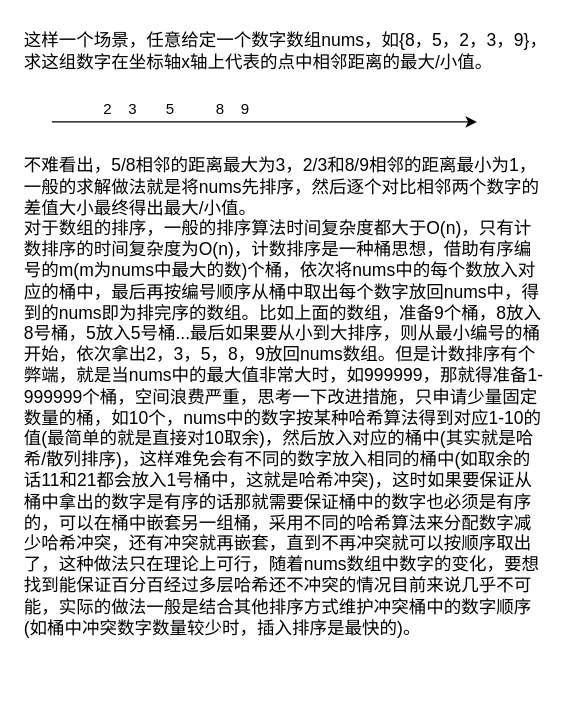
Above: 有序数列相邻元素最大/小差值.drawio in a7956232/drawIOFiles (draw.io), before the change. Source tidied: cells renumbered, new cells numbered last; positions are measured from the earlier drawing's top-left corner, leaving out a move shared by most shapes. Both pictures are drawn from the tidied source at 125%, with x=0, y=0 at pixel (21, 21).
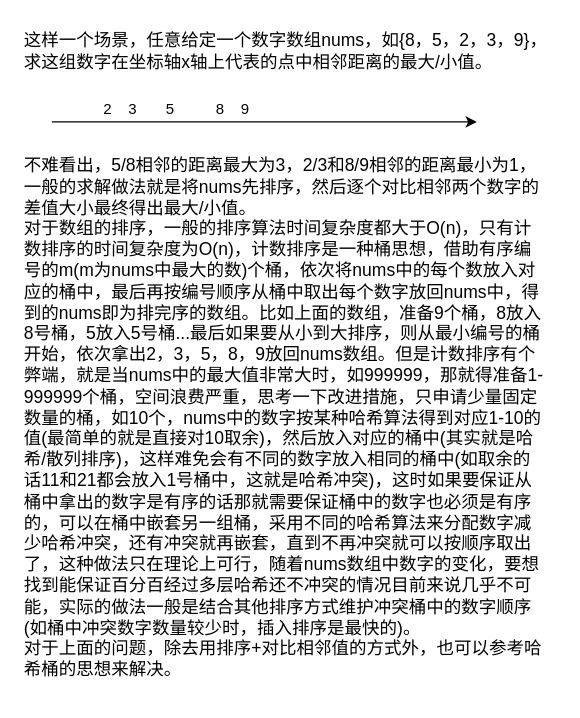
The same page after the edit.

Commit message (it also covers changes not shown here):
更新有序数列相邻元素最大/小差值.drawio

Change to the diagram source:
```diff
@@
 <mxGraphModel>
   <root>
     <mxCell id="0" />
     <mxCell id="1" parent="0" />
     <mxCell id="2" value="这样一个场景，任意给定一个数字数组nums，如{8，5，2，3，9}，求这组数字在坐标轴x轴上代表的点中相邻距离的最大/小值。" style="text;html=1;strokeColor=none;fillColor=none;align=left;verticalAlign=top;whiteSpace=wrap;rounded=0;fontSize=14;" parent="1" vertex="1">
       <mxGeometry width="430" height="50" as="geometry" />
     </mxCell>
     <mxCell id="3" style="endArrow=classic;html=1;rounded=0;" parent="1" edge="1">
       <mxGeometry relative="1" as="geometry">
         <mxPoint x="24" y="80" as="sourcePoint" />
         <mxPoint x="364" y="80" as="targetPoint" />
       </mxGeometry>
     </mxCell>
     <mxCell id="4" value="2" style="text;html=1;strokeColor=none;fillColor=none;align=center;verticalAlign=middle;whiteSpace=wrap;rounded=0;" parent="1" vertex="1">
       <mxGeometry x="64" y="60" width="10" height="20" as="geometry" />
     </mxCell>
     <mxCell id="5" value="3" style="text;html=1;strokeColor=none;fillColor=none;align=center;verticalAlign=middle;whiteSpace=wrap;rounded=0;" parent="1" vertex="1">
       <mxGeometry x="84" y="60" width="10" height="20" as="geometry" />
     </mxCell>
     <mxCell id="6" value="5" style="text;html=1;strokeColor=none;fillColor=none;align=center;verticalAlign=middle;whiteSpace=wrap;rounded=0;" parent="1" vertex="1">
       <mxGeometry x="114" y="60" width="10" height="20" as="geometry" />
     </mxCell>
     <mxCell id="7" value="8" style="text;html=1;strokeColor=none;fillColor=none;align=center;verticalAlign=middle;whiteSpace=wrap;rounded=0;" parent="1" vertex="1">
       <mxGeometry x="154" y="60" width="10" height="20" as="geometry" />
     </mxCell>
     <mxCell id="8" value="9" style="text;html=1;strokeColor=none;fillColor=none;align=center;verticalAlign=middle;whiteSpace=wrap;rounded=0;" parent="1" vertex="1">
       <mxGeometry x="174" y="60" width="10" height="20" as="geometry" />
     </mxCell>
-    <mxCell id="9" value="不难看出，5/8相邻的距离最大为3，2/3和8/9相邻的距离最小为1，一般的求解做法就是将nums先排序，然后逐个对比相邻两个数字的差值大小最终得出最大/小值。&lt;br&gt;对于数组的排序，一般的排序算法时间复杂度都大于O(n)，只有计数排序的时间复杂度为O(n)，计数排序是一种桶思想，借助有序编号的m(m为nums中最大的数)个桶，依次将nums中的每个数放入对应的桶中，最后再按编号顺序从桶中取出每个数字放回nums中，得到的nums即为排完序的数组。比如上面的数组，准备9个桶，8放入8号桶，5放入5号桶...最后如果要从小到大排序，则从最小编号的桶开始，依次拿出2，3，5，8，9放回nums数组。但是计数排序有个弊端，就是当nums中的最大值非常大时，如999999，那就得准备1-999999个桶，空间浪费严重，思考一下改进措施，只申请少量固定数量的桶，如10个，nums中的数字按某种哈希算法得到对应1-10的值(最简单的就是直接对10取余)，然后放入对应的桶中(其实就是哈希/散列排序)，这样难免会有不同的数字放入相同的桶中(如取余的话11和21都会放入1号桶中，这就是哈希冲突)，这时如果要保证从桶中拿出的数字是有序的话那就需要保证桶中的数字也必须是有序的，可以在桶中嵌套另一组桶，采用不同的哈希算法来分配数字减少哈希冲突，还有冲突就再嵌套，直到不再冲突就可以按顺序取出了，这种做法只在理论上可行，随着nums数组中数字的变化，要想找到能保证百分百经过多层哈希还不冲突的情况目前来说几乎不可能，实际的做法一般是结合其他排序方式维护冲突桶中的数字顺序(如桶中冲突数字数量较少时，插入排序是最快的)。" style="text;html=1;strokeColor=none;fillColor=none;align=left;verticalAlign=top;whiteSpace=wrap;rounded=0;fontSize=14;" parent="1" vertex="1">
+    <mxCell id="9" value="不难看出，5/8相邻的距离最大为3，2/3和8/9相邻的距离最小为1，一般的求解做法就是将nums先排序，然后逐个对比相邻两个数字的差值大小最终得出最大/小值。&lt;br&gt;对于数组的排序，一般的排序算法时间复杂度都大于O(n)，只有计数排序的时间复杂度为O(n)，计数排序是一种桶思想，借助有序编号的m(m为nums中最大的数)个桶，依次将nums中的每个数放入对应的桶中，最后再按编号顺序从桶中取出每个数字放回nums中，得到的nums即为排完序的数组。比如上面的数组，准备9个桶，8放入8号桶，5放入5号桶...最后如果要从小到大排序，则从最小编号的桶开始，依次拿出2，3，5，8，9放回nums数组。但是计数排序有个弊端，就是当nums中的最大值非常大时，如999999，那就得准备1-999999个桶，空间浪费严重，思考一下改进措施，只申请少量固定数量的桶，如10个，nums中的数字按某种哈希算法得到对应1-10的值(最简单的就是直接对10取余)，然后放入对应的桶中(其实就是哈希/散列排序)，这样难免会有不同的数字放入相同的桶中(如取余的话11和21都会放入1号桶中，这就是哈希冲突)，这时如果要保证从桶中拿出的数字是有序的话那就需要保证桶中的数字也必须是有序的，可以在桶中嵌套另一组桶，采用不同的哈希算法来分配数字减少哈希冲突，还有冲突就再嵌套，直到不再冲突就可以按顺序取出了，这种做法只在理论上可行，随着nums数组中数字的变化，要想找到能保证百分百经过多层哈希还不冲突的情况目前来说几乎不可能，实际的做法一般是结合其他排序方式维护冲突桶中的数字顺序(如桶中冲突数字数量较少时，插入排序是最快的)。&lt;br&gt;对于上面的问题，除去用排序+对比相邻值的方式外，也可以参考哈希桶的思想来解决。" style="text;html=1;strokeColor=none;fillColor=none;align=left;verticalAlign=top;whiteSpace=wrap;rounded=0;fontSize=14;" parent="1" vertex="1">
       <mxGeometry y="100" width="420" height="440" as="geometry" />
     </mxCell>
   </root>
 </mxGraphModel>
```
